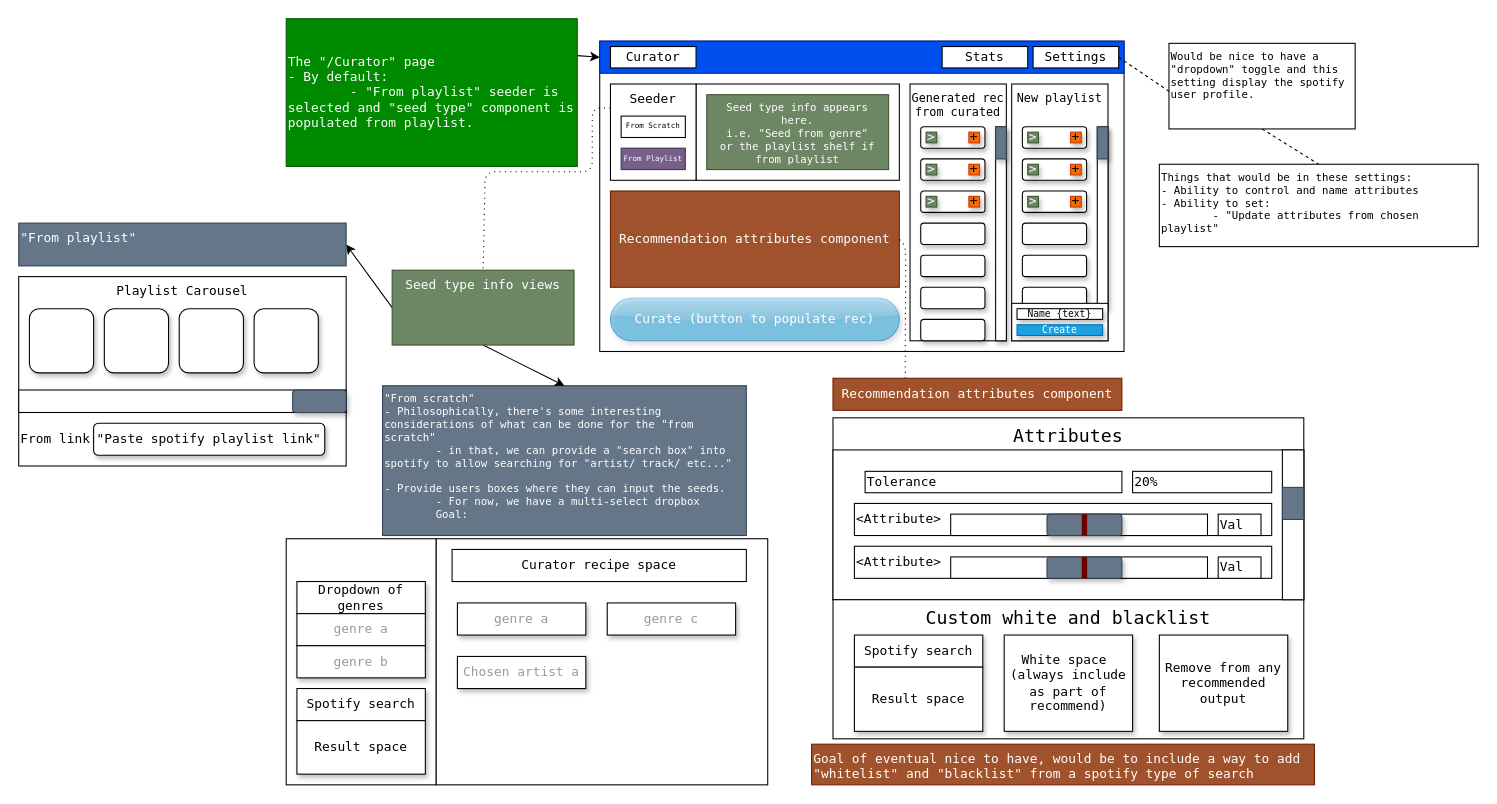
Above: page "curator_front_end" (1 of 3) of view_proposal.drawio in mihaelaaleks/playlist_curator (draw.io), before the change. Source tidied: cells renumbered, new cells numbered last; positions are measured from the earlier drawing's top-left corner, leaving out a move shared by most shapes. Both pictures are drawn from the tidied source at 107%, with x=0, y=0 at pixel (18, 18).
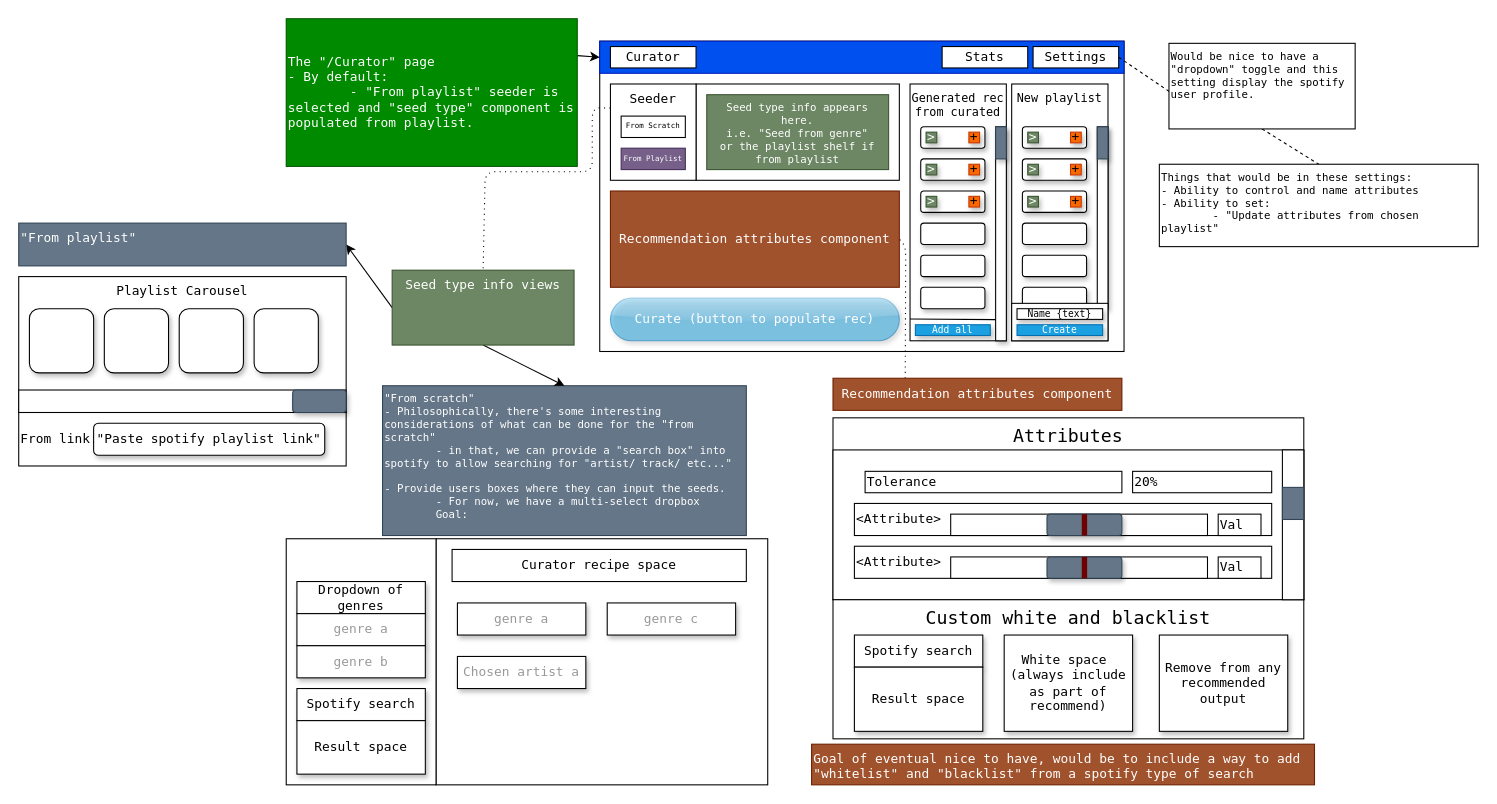
After the change.

Commit message:
Update design document to include front end and back end flow

Unchanged cells that the change refers to:
```xml
<mxCell id="43" style="rounded=1;whiteSpace=wrap;html=1;shadow=1;glass=0;fontSize=12;arcSize=0;fontFamily=Lucida Console;" parent="1" vertex="1">
  <mxGeometry x="913" y="101" width="10" height="200" as="geometry" />
</mxCell>
```

Change to the diagram source:
```diff
@@
-    <mxCell id="48" style="rounded=1;whiteSpace=wrap;html=1;shadow=1;glass=0;fontSize=12;fontFamily=Lucida Console;" parent="1" vertex="1">
-      <mxGeometry x="843" y="281" width="60" height="20" as="geometry" />
-    </mxCell>
@@
+    <mxCell id="104" value="Add all" style="rounded=0;whiteSpace=wrap;html=1;shadow=1;glass=0;fontSize=9;fillColor=#1ba1e2;fontColor=#ffffff;strokeColor=#006EAF;fontFamily=Lucida Console;" parent="1" vertex="1">
+      <mxGeometry x="838" y="286" width="70" height="10" as="geometry" />
+    </mxCell>
+    <mxCell id="105" style="endArrow=none;html=1;strokeWidth=1;fontFamily=Lucida Console;fontSize=10;entryX=-0.018;entryY=0.901;entryDx=0;entryDy=0;entryPerimeter=0;" parent="1" edge="1" target="43">
+      <mxGeometry relative="1" as="geometry">
+        <mxPoint x="833" y="280.6" as="sourcePoint" />
+      </mxGeometry>
+    </mxCell>
```
